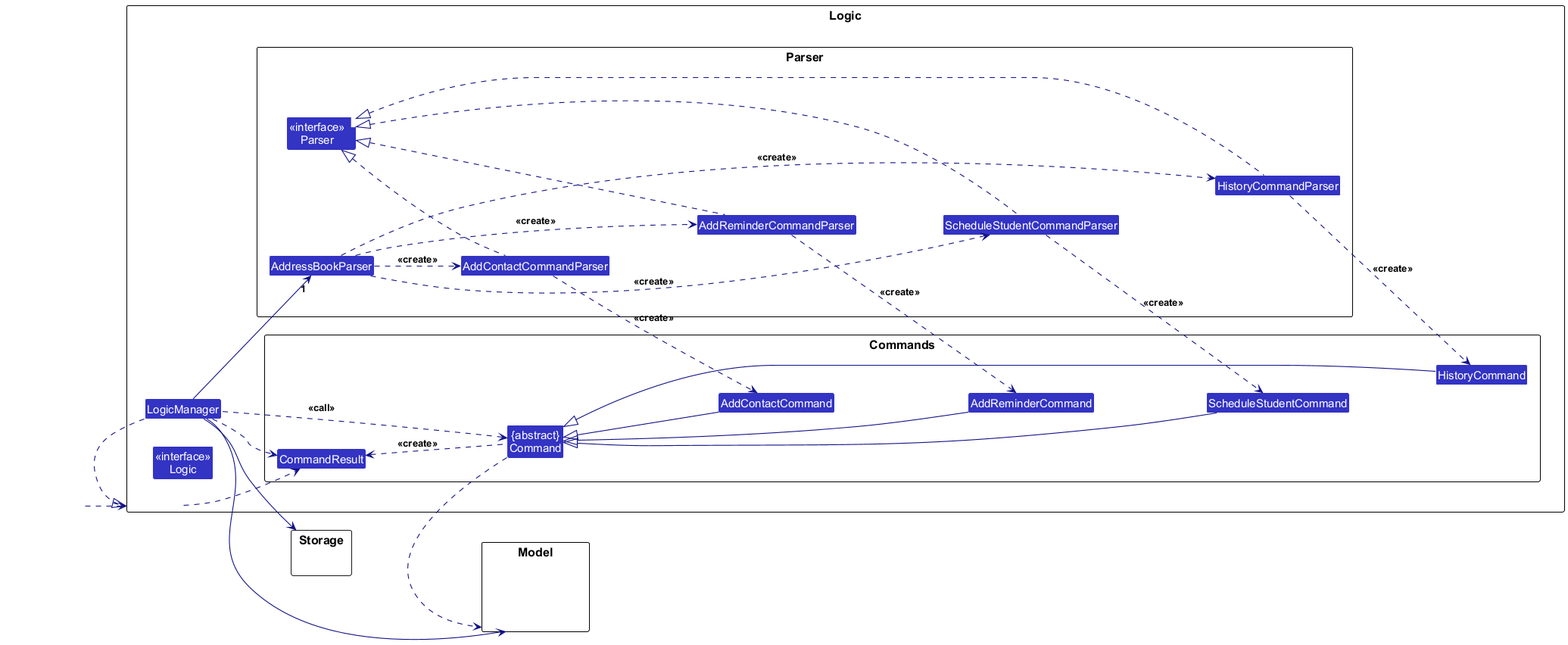
Above: docs/images/LogicClassDiagram.png in AY2627S1-CS2103T-F09-4/tp (PlantUML), before the change.
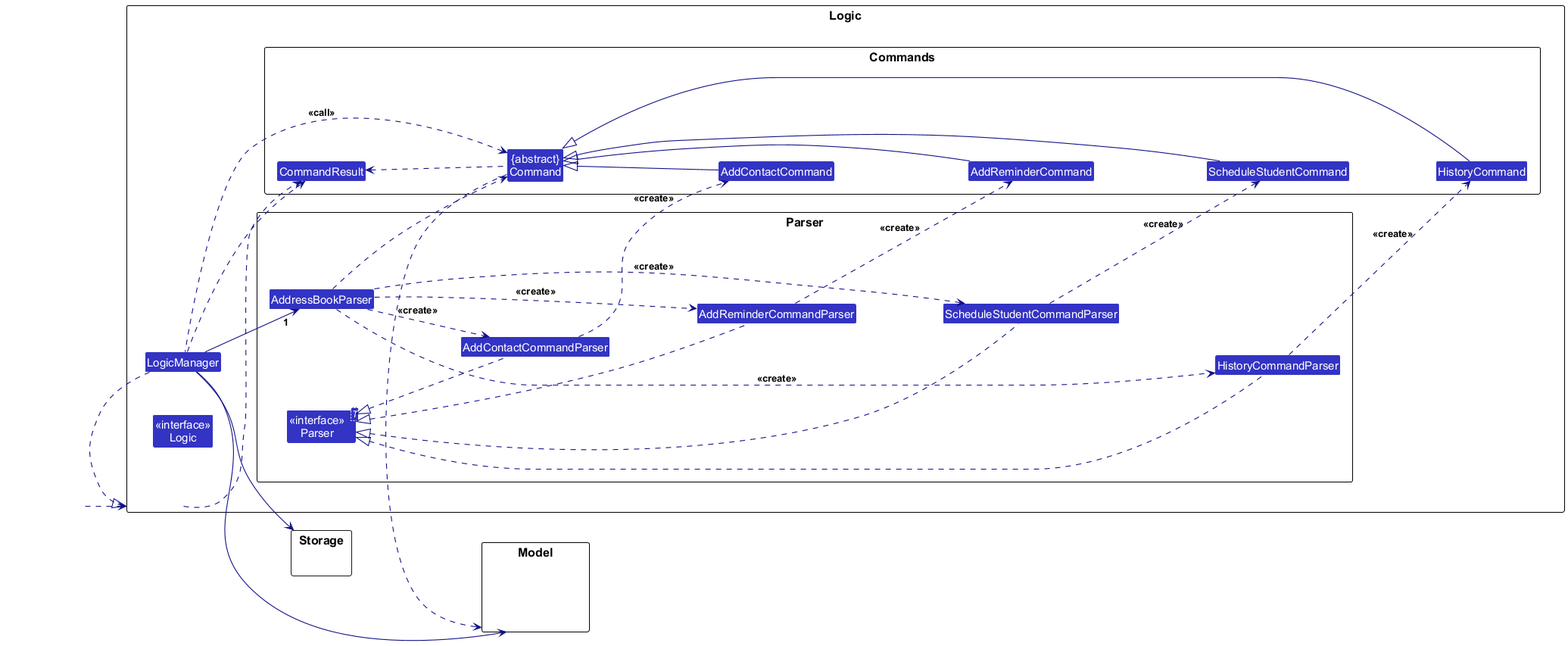
The same diagram one commit later.

Commit message:
Modify Logic UML diagram

The edit, as a diff of the source:
```diff
@@ -48,6 +48,7 @@
 AddressBookParser ..> AddReminderCommandParser : <<create>>
 AddressBookParser ..> ScheduleStudentCommandParser : <<create>>
 AddressBookParser ..> HistoryCommandParser : <<create>>
+AddressBookParser ..> Command
 
 AddContactCommandParser .up.|> Parser
 AddReminderCommandParser .up.|> Parser
@@ -77,5 +78,5 @@
 Command .right.> Model
 Logic ..> CommandResult
 LogicManager .down.> CommandResult
-Command .up.> CommandResult : <<create>>
+Command .up.> CommandResult
 @enduml
```
